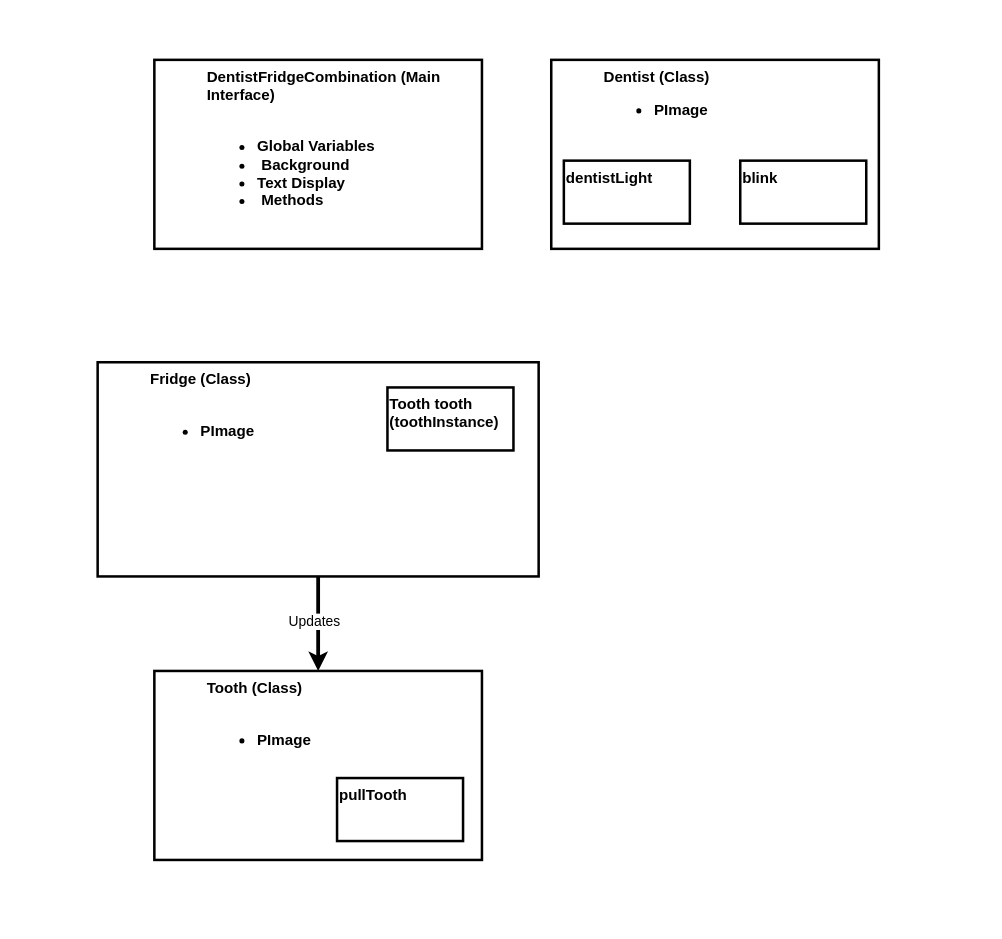
Above: COMP1050.drawio in RadEngChas/Diagrams (draw.io), before the change. Source tidied: cells renumbered, new cells numbered last; positions are measured from the earlier drawing's top-left corner, leaving out a move shared by most shapes. Both pictures are drawn from the tidied source at 126%, with x=0, y=0 at pixel (97, 59).
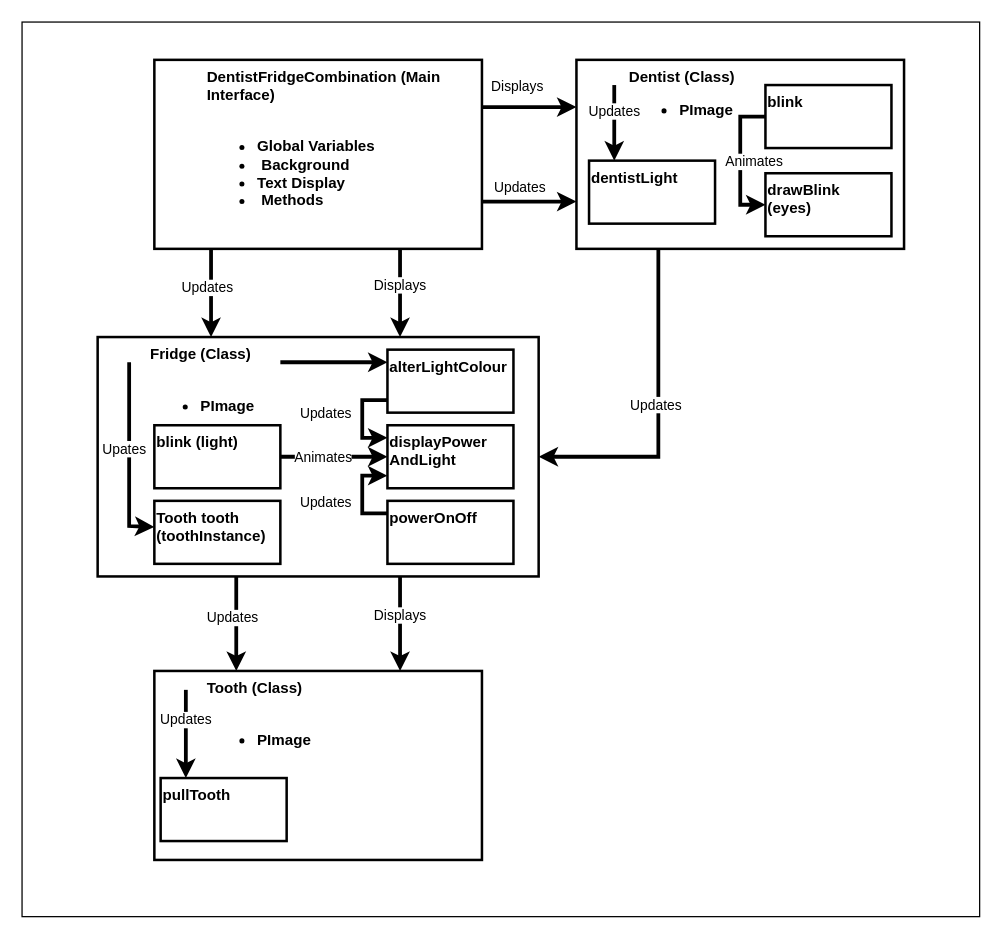
After the change.

Unchanged cells that the change refers to:
```xml
<mxCell id="2" value="&lt;blockquote style=&quot;margin: 0 0 0 40px; border: none; padding: 0px;&quot;&gt;DentistFridgeCombination (Main Interface)&lt;/blockquote&gt;&lt;blockquote style=&quot;margin: 0 0 0 40px; border: none; padding: 0px;&quot;&gt;&lt;br&gt;&lt;/blockquote&gt;&lt;blockquote style=&quot;margin: 0 0 0 40px; border: none; padding: 0px;&quot;&gt;&lt;ul&gt;&lt;li&gt;Global Variables&lt;/li&gt;&lt;li&gt;&amp;nbsp;Background&lt;/li&gt;&lt;li&gt;Text Display&lt;/li&gt;&lt;li&gt;&amp;nbsp;Methods&lt;/li&gt;&lt;/ul&gt;&lt;/blockquote&gt;" style="rounded=0;whiteSpace=wrap;html=1;strokeWidth=2;verticalAlign=top;align=left;fontStyle=1;" parent="1" vertex="1">
  <mxGeometry x="45" width="260" height="150" as="geometry" />
</mxCell>
<mxCell id="7" value="&lt;blockquote style=&quot;margin: 0 0 0 40px; border: none; padding: 0px;&quot;&gt;Tooth (Class)&lt;/blockquote&gt;&lt;blockquote style=&quot;margin: 0 0 0 40px; border: none; padding: 0px;&quot;&gt;&lt;br&gt;&lt;/blockquote&gt;&lt;blockquote style=&quot;margin: 0 0 0 40px; border: none; padding: 0px;&quot;&gt;&lt;ul&gt;&lt;li&gt;PImage&lt;/li&gt;&lt;/ul&gt;&lt;/blockquote&gt;" style="rounded=0;whiteSpace=wrap;html=1;strokeWidth=2;verticalAlign=top;align=left;fontStyle=1;" parent="1" vertex="1">
  <mxGeometry x="45" y="485" width="260" height="150" as="geometry" />
</mxCell>
```

What changed in the source:
```diff
@@
-<mxGraphModel>
+<mxGraphModel background="#ffffff">
@@
+    <mxCell id="12" style="rounded=0;whiteSpace=wrap;html=1;" parent="1" vertex="1">
+      <mxGeometry x="-60" y="-30" width="760" height="710" as="geometry" />
+    </mxCell>
@@
     <mxCell id="3" value="&lt;blockquote style=&quot;margin: 0 0 0 40px; border: none; padding: 0px;&quot;&gt;Dentist (Class)&lt;/blockquote&gt;&lt;blockquote style=&quot;margin: 0 0 0 40px; border: none; padding: 0px;&quot;&gt;&lt;ul&gt;&lt;li&gt;&lt;span style=&quot;background-color: initial;&quot;&gt;PImage&lt;/span&gt;&lt;/li&gt;&lt;/ul&gt;&lt;/blockquote&gt;" style="rounded=0;whiteSpace=wrap;html=1;strokeWidth=2;verticalAlign=top;align=left;fontStyle=1;" parent="1" vertex="1">
-      <mxGeometry x="360" width="260" height="150" as="geometry" />
+      <mxGeometry x="380" width="260" height="150" as="geometry" />
     </mxCell>
     <mxCell id="4" style="edgeStyle=orthogonalEdgeStyle;rounded=0;jettySize=auto;html=1;strokeWidth=3;" parent="1" edge="1" source="6" target="7">
-      <mxGeometry relative="1" as="geometry" />
+      <mxGeometry relative="1" as="geometry">
+        <Array as="points">
+          <mxPoint x="110" y="450" />
+          <mxPoint x="110" y="450" />
+        </Array>
+      </mxGeometry>
     </mxCell>
     <mxCell id="5" value="Updates" style="edgeLabel;html=1;align=center;verticalAlign=middle;" parent="4" vertex="1">
-      <mxGeometry x="-0.07" y="-4" relative="1" as="geometry" />
+      <mxGeometry x="-0.07" y="-4" relative="1" as="geometry">
+        <mxPoint y="-3" as="offset" />
+      </mxGeometry>
     </mxCell>
+    <mxCell id="13" style="edgeStyle=orthogonalEdgeStyle;rounded=0;jettySize=auto;html=1;strokeWidth=3;" parent="1" edge="1" source="6" target="7">
+      <mxGeometry relative="1" as="geometry">
+        <Array as="points">
+          <mxPoint x="240" y="450" />
+          <mxPoint x="240" y="450" />
+        </Array>
+      </mxGeometry>
+    </mxCell>
+    <mxCell id="14" value="Displays" style="edgeLabel;html=1;align=center;verticalAlign=middle;" parent="13" vertex="1">
+      <mxGeometry x="-0.28" y="-1" relative="1" as="geometry">
+        <mxPoint y="3" as="offset" />
+      </mxGeometry>
+    </mxCell>
     <mxCell id="6" value="&lt;blockquote style=&quot;margin: 0 0 0 40px; border: none; padding: 0px;&quot;&gt;Fridge (Class)&lt;/blockquote&gt;&lt;blockquote style=&quot;margin: 0 0 0 40px; border: none; padding: 0px;&quot;&gt;&lt;br&gt;&lt;/blockquote&gt;&lt;blockquote style=&quot;margin: 0 0 0 40px; border: none; padding: 0px;&quot;&gt;&lt;ul&gt;&lt;li&gt;PImage&lt;/li&gt;&lt;/ul&gt;&lt;/blockquote&gt;" style="rounded=0;whiteSpace=wrap;html=1;strokeWidth=2;verticalAlign=top;align=left;fontStyle=1;" parent="1" vertex="1">
-      <mxGeometry y="240" width="350" height="170" as="geometry" />
+      <mxGeometry y="220" width="350" height="190" as="geometry" />
     </mxCell>
@@
     <mxCell id="8" value="blink" style="rounded=0;whiteSpace=wrap;html=1;strokeWidth=2;fontStyle=1;align=left;verticalAlign=top;" parent="1" vertex="1">
-      <mxGeometry x="510" y="80" width="100" height="50" as="geometry" />
+      <mxGeometry x="530" y="20" width="100" height="50" as="geometry" />
     </mxCell>
     <mxCell id="9" value="dentistLight" style="rounded=0;whiteSpace=wrap;html=1;strokeWidth=2;fontStyle=1;align=left;verticalAlign=top;" parent="1" vertex="1">
-      <mxGeometry x="370" y="80" width="100" height="50" as="geometry" />
+      <mxGeometry x="390" y="80" width="100" height="50" as="geometry" />
     </mxCell>
     <mxCell id="10" value="Tooth tooth (toothInstance)" style="rounded=0;whiteSpace=wrap;html=1;strokeWidth=2;fontStyle=1;align=left;verticalAlign=top;" parent="1" vertex="1">
-      <mxGeometry x="230" y="260" width="100" height="50" as="geometry" />
+      <mxGeometry x="45" y="350" width="100" height="50" as="geometry" />
     </mxCell>
     <mxCell id="11" value="pullTooth" style="rounded=0;whiteSpace=wrap;html=1;strokeWidth=2;fontStyle=1;align=left;verticalAlign=top;" parent="1" vertex="1">
-      <mxGeometry x="190" y="570" width="100" height="50" as="geometry" />
+      <mxGeometry x="50" y="570" width="100" height="50" as="geometry" />
     </mxCell>
+    <mxCell id="15" value="powerOnOff" style="rounded=0;whiteSpace=wrap;html=1;strokeWidth=2;fontStyle=1;align=left;verticalAlign=top;" parent="1" vertex="1">
+      <mxGeometry x="230" y="350" width="100" height="50" as="geometry" />
+    </mxCell>
+    <mxCell id="16" value="displayPower&lt;div&gt;AndLight&lt;/div&gt;" style="rounded=0;whiteSpace=wrap;html=1;strokeWidth=2;fontStyle=1;align=left;verticalAlign=top;" parent="1" vertex="1">
+      <mxGeometry x="230" y="290" width="100" height="50" as="geometry" />
+    </mxCell>
+    <mxCell id="17" value="alterLightColour" style="rounded=0;whiteSpace=wrap;html=1;strokeWidth=2;fontStyle=1;align=left;verticalAlign=top;" parent="1" vertex="1">
+      <mxGeometry x="230" y="230" width="100" height="50" as="geometry" />
+    </mxCell>
+    <mxCell id="18" style="edgeStyle=orthogonalEdgeStyle;rounded=0;jettySize=auto;html=1;entryX=0;entryY=0.5;entryDx=0;entryDy=0;strokeWidth=3;" parent="1" edge="1" source="20" target="16">
+      <mxGeometry relative="1" as="geometry" />
+    </mxCell>
+    <mxCell id="19" value="Animates" style="edgeLabel;html=1;align=center;verticalAlign=middle;" parent="18" vertex="1">
+      <mxGeometry x="-0.23" relative="1" as="geometry" />
+    </mxCell>
+    <mxCell id="20" value="blink (light)" style="rounded=0;whiteSpace=wrap;html=1;strokeWidth=2;fontStyle=1;align=left;verticalAlign=top;" parent="1" vertex="1">
+      <mxGeometry x="45" y="290" width="100" height="50" as="geometry" />
+    </mxCell>
+    <mxCell id="21" style="endArrow=classic;html=1;rounded=0;strokeWidth=3;" parent="1" edge="1">
+      <mxGeometry relative="1" as="geometry">
+        <mxPoint x="70" y="500" as="sourcePoint" />
+        <mxPoint x="70" y="570" as="targetPoint" />
+        <Array as="points">
+          <mxPoint x="70" y="530" />
+        </Array>
+      </mxGeometry>
+    </mxCell>
+    <mxCell id="22" value="Updates" style="edgeLabel;html=1;align=center;verticalAlign=middle;" parent="21" vertex="1">
+      <mxGeometry x="-0.34" y="-1" relative="1" as="geometry" />
+    </mxCell>
+    <mxCell id="23" style="endArrow=classic;html=1;rounded=0;strokeWidth=3;" parent="1" edge="1">
+      <mxGeometry relative="1" as="geometry">
+        <mxPoint x="410" y="20" as="sourcePoint" />
+        <mxPoint x="410" y="80" as="targetPoint" />
+        <Array as="points">
+          <mxPoint x="410" y="50" />
+        </Array>
+      </mxGeometry>
+    </mxCell>
+    <mxCell id="24" value="Updates" style="edgeLabel;html=1;align=center;verticalAlign=middle;" parent="23" vertex="1">
+      <mxGeometry x="-0.34" y="-1" relative="1" as="geometry" />
+    </mxCell>
+    <mxCell id="25" value="drawBlink&lt;div&gt;(eyes)&lt;/div&gt;" style="rounded=0;whiteSpace=wrap;html=1;strokeWidth=2;fontStyle=1;align=left;verticalAlign=top;" parent="1" vertex="1">
+      <mxGeometry x="530" y="90" width="100" height="50" as="geometry" />
+    </mxCell>
+    <mxCell id="26" style="endArrow=classic;html=1;rounded=0;strokeWidth=3;exitX=0;exitY=0.5;exitDx=0;exitDy=0;entryX=0;entryY=0.5;entryDx=0;entryDy=0;" parent="1" edge="1" source="8" target="25">
+      <mxGeometry relative="1" as="geometry">
+        <Array as="points">
+          <mxPoint x="510" y="45" />
+          <mxPoint x="510" y="115" />
+        </Array>
+      </mxGeometry>
+    </mxCell>
+    <mxCell id="27" value="Animates" style="edgeLabel;html=1;align=center;verticalAlign=middle;" parent="26" vertex="1">
+      <mxGeometry x="-0.34" y="-1" relative="1" as="geometry">
+        <mxPoint x="11" y="19" as="offset" />
+      </mxGeometry>
+    </mxCell>
+    <mxCell id="28" style="endArrow=classic;html=1;rounded=0;strokeWidth=3;exitX=0;exitY=0.5;exitDx=0;exitDy=0;" parent="1" edge="1">
+      <mxGeometry relative="1" as="geometry">
+        <mxPoint x="230" y="270" as="sourcePoint" />
+        <mxPoint x="230" y="300" as="targetPoint" />
+        <Array as="points">
+          <mxPoint x="210" y="270" />
+          <mxPoint x="210" y="300" />
+        </Array>
+      </mxGeometry>
+    </mxCell>
+    <mxCell id="29" value="Updates" style="edgeLabel;html=1;align=center;verticalAlign=middle;" parent="28" vertex="1">
+      <mxGeometry x="-0.34" y="-1" relative="1" as="geometry">
+        <mxPoint x="-29" y="7" as="offset" />
+      </mxGeometry>
+    </mxCell>
+    <mxCell id="30" style="endArrow=classic;html=1;rounded=0;strokeWidth=3;exitX=0;exitY=0.5;exitDx=0;exitDy=0;" parent="1" edge="1">
+      <mxGeometry relative="1" as="geometry">
+        <mxPoint x="230" y="360" as="sourcePoint" />
+        <mxPoint x="230" y="330" as="targetPoint" />
+        <Array as="points">
+          <mxPoint x="210" y="360" />
+          <mxPoint x="210" y="330" />
+        </Array>
+      </mxGeometry>
+    </mxCell>
+    <mxCell id="31" value="Updates" style="edgeLabel;html=1;align=center;verticalAlign=middle;" parent="30" vertex="1">
+      <mxGeometry x="-0.34" y="-1" relative="1" as="geometry">
+        <mxPoint x="-31" y="-7" as="offset" />
+      </mxGeometry>
+    </mxCell>
+    <mxCell id="32" style="edgeStyle=orthogonalEdgeStyle;rounded=0;orthogonalLoop=1;jettySize=auto;html=1;entryX=0;entryY=0.5;entryDx=0;entryDy=0;strokeWidth=3;" parent="1" edge="1">
+      <mxGeometry relative="1" as="geometry">
+        <mxPoint x="145" y="240" as="sourcePoint" />
+        <mxPoint x="230" y="240" as="targetPoint" />
+      </mxGeometry>
+    </mxCell>
+    <mxCell id="33" style="edgeStyle=orthogonalEdgeStyle;rounded=0;orthogonalLoop=1;jettySize=auto;html=1;strokeWidth=3;" parent="1" edge="1">
+      <mxGeometry relative="1" as="geometry">
+        <mxPoint x="90" y="150" as="sourcePoint" />
+        <mxPoint x="90" y="220" as="targetPoint" />
+        <Array as="points">
+          <mxPoint x="90" y="185" />
+          <mxPoint x="90" y="185" />
+        </Array>
+      </mxGeometry>
+    </mxCell>
+    <mxCell id="34" value="Updates" style="edgeLabel;html=1;align=center;verticalAlign=middle;" parent="33" vertex="1">
+      <mxGeometry x="-0.07" y="-4" relative="1" as="geometry">
+        <mxPoint y="-3" as="offset" />
+      </mxGeometry>
+    </mxCell>
+    <mxCell id="35" style="edgeStyle=orthogonalEdgeStyle;rounded=0;orthogonalLoop=1;jettySize=auto;html=1;strokeWidth=3;" parent="1" edge="1">
+      <mxGeometry relative="1" as="geometry">
+        <mxPoint x="240" y="150" as="sourcePoint" />
+        <mxPoint x="240" y="220" as="targetPoint" />
+        <Array as="points">
+          <mxPoint x="240" y="190" />
+          <mxPoint x="240" y="190" />
+        </Array>
+      </mxGeometry>
+    </mxCell>
+    <mxCell id="36" value="Displays" style="edgeLabel;html=1;align=center;verticalAlign=middle;" parent="35" vertex="1">
+      <mxGeometry x="-0.28" y="-1" relative="1" as="geometry">
+        <mxPoint y="3" as="offset" />
+      </mxGeometry>
+    </mxCell>
+    <mxCell id="37" style="endArrow=classic;html=1;rounded=0;strokeWidth=3;entryX=-0.001;entryY=0.814;entryDx=0;entryDy=0;entryPerimeter=0;" parent="1" edge="1">
+      <mxGeometry relative="1" as="geometry">
+        <mxPoint x="25" y="240" as="sourcePoint" />
+        <mxPoint x="45" y="370.7" as="targetPoint" />
+        <Array as="points">
+          <mxPoint x="25.1" y="240" />
+          <mxPoint x="25" y="370" />
+        </Array>
+      </mxGeometry>
+    </mxCell>
+    <mxCell id="38" value="Upates" style="edgeLabel;html=1;align=center;verticalAlign=middle;" parent="37" vertex="1">
+      <mxGeometry x="-0.34" y="-1" relative="1" as="geometry">
+        <mxPoint x="-4" y="19" as="offset" />
+      </mxGeometry>
+    </mxCell>
+    <mxCell id="39" style="edgeStyle=orthogonalEdgeStyle;rounded=0;jettySize=auto;html=1;strokeWidth=3;entryX=0;entryY=0.25;entryDx=0;entryDy=0;exitX=1;exitY=0.25;exitDx=0;exitDy=0;" parent="1" edge="1" source="2" target="3">
+      <mxGeometry relative="1" as="geometry" />
+    </mxCell>
+    <mxCell id="40" value="Displays" style="edgeLabel;html=1;align=center;verticalAlign=middle;" parent="39" vertex="1">
+      <mxGeometry x="-0.28" y="-1" relative="1" as="geometry">
+        <mxPoint y="-18" as="offset" />
+      </mxGeometry>
+    </mxCell>
+    <mxCell id="41" style="edgeStyle=orthogonalEdgeStyle;rounded=0;jettySize=auto;html=1;entryX=0;entryY=0.75;entryDx=0;entryDy=0;strokeWidth=3;exitX=1;exitY=0.75;exitDx=0;exitDy=0;" parent="1" edge="1" source="2" target="3">
+      <mxGeometry relative="1" as="geometry" />
+    </mxCell>
+    <mxCell id="42" value="Updates" style="edgeLabel;html=1;align=center;verticalAlign=middle;" parent="41" vertex="1">
+      <mxGeometry x="-0.23" relative="1" as="geometry">
+        <mxPoint y="-12" as="offset" />
+      </mxGeometry>
+    </mxCell>
+    <mxCell id="43" style="endArrow=classic;html=1;rounded=0;entryX=1;entryY=0.5;entryDx=0;entryDy=0;exitX=0.25;exitY=1;exitDx=0;exitDy=0;strokeWidth=3;" parent="1" edge="1" source="3" target="6">
+      <mxGeometry relative="1" as="geometry">
+        <Array as="points">
+          <mxPoint x="445" y="315" />
+        </Array>
+      </mxGeometry>
+    </mxCell>
+    <mxCell id="44" value="Updates" style="edgeLabel;html=1;align=center;verticalAlign=middle;" parent="43" vertex="1">
+      <mxGeometry x="-0.05" y="-3" relative="1" as="geometry">
+        <mxPoint y="-1" as="offset" />
+      </mxGeometry>
+    </mxCell>
```
